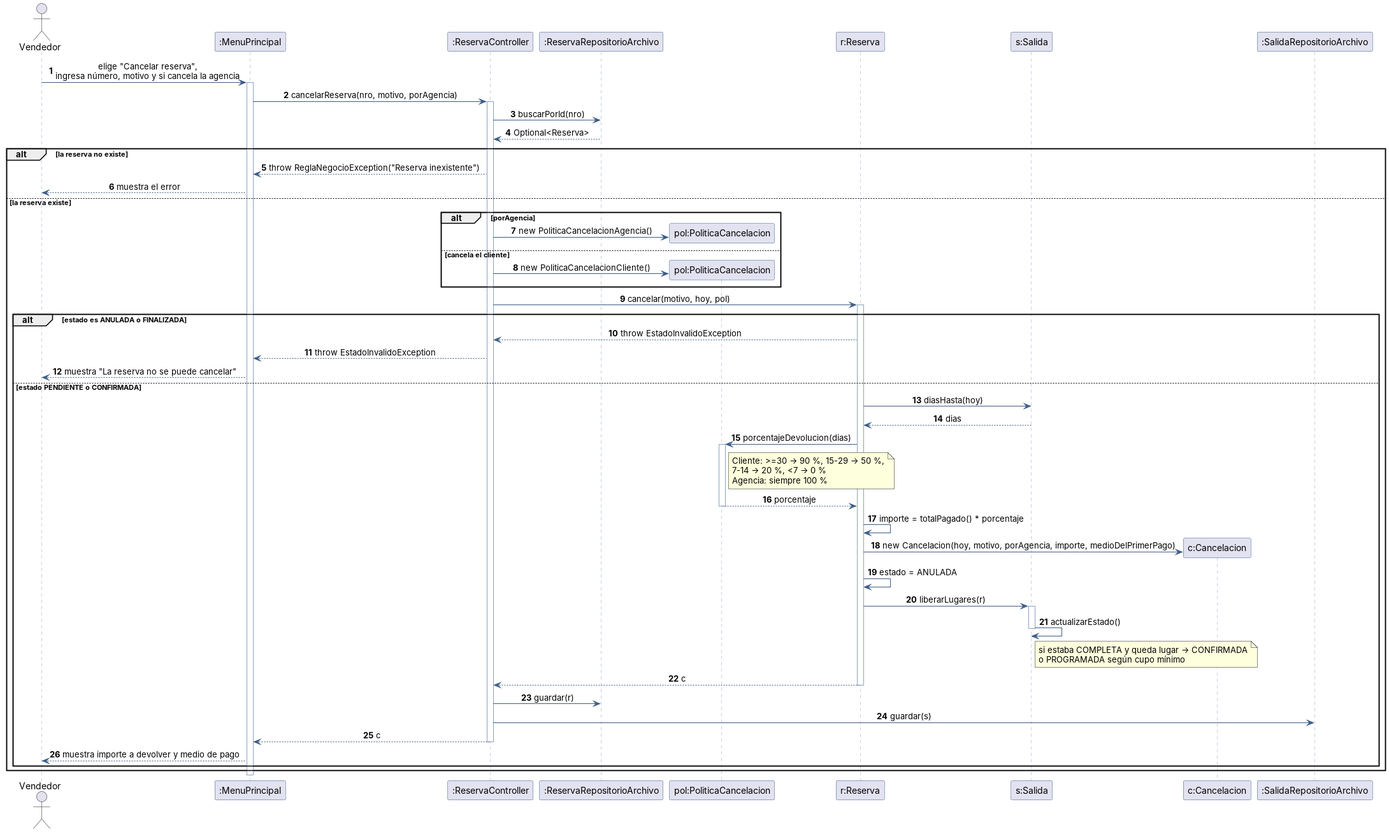
Before: docs/uml/secuencia-cancelar-reserva.png, a diagram exported from PlantUML (LucasGI/TPO.POO-). The source it was exported from:
```plantuml
@startuml secuencia-cancelar-reserva
skinparam shadowing false
skinparam sequenceMessageAlign center
skinparam sequence {
  ParticipantBorderColor #3B5B85
  LifeLineBorderColor #8AA1C1
  ArrowColor #3B5B85
}
autonumber
actor Vendedor
participant ":MenuPrincipal" as UI
participant ":ReservaController" as RC
participant ":ReservaRepositorioArchivo" as RRepo
participant "pol:PoliticaCancelacion" as POL
participant "r:Reserva" as R
participant "s:Salida" as S
participant "c:Cancelacion" as C
participant ":SalidaRepositorioArchivo" as SRepo

Vendedor -> UI : elige "Cancelar reserva",\ningresa número, motivo y si cancela la agencia
activate UI
UI -> RC : cancelarReserva(nro, motivo, porAgencia)
activate RC
RC -> RRepo : buscarPorId(nro)
RRepo --> RC : Optional<Reserva>

alt la reserva no existe
  RC --> UI : throw ReglaNegocioException("Reserva inexistente")
  UI --> Vendedor : muestra el error
else la reserva existe
  alt porAgencia
    RC -> POL ** : new PoliticaCancelacionAgencia()
  else cancela el cliente
    RC -> POL ** : new PoliticaCancelacionCliente()
  end
  RC -> R : cancelar(motivo, hoy, pol)
  activate R
  alt estado es ANULADA o FINALIZADA
    R --> RC : throw EstadoInvalidoException
    RC --> UI : throw EstadoInvalidoException
    UI --> Vendedor : muestra "La reserva no se puede cancelar"
  else estado PENDIENTE o CONFIRMADA
    R -> S : diasHasta(hoy)
    S --> R : dias
    R -> POL : porcentajeDevolucion(dias)
    activate POL
    note right of POL : Cliente: >=30 → 90 %, 15-29 → 50 %,\n7-14 → 20 %, <7 → 0 %\nAgencia: siempre 100 %
    POL --> R : porcentaje
    deactivate POL
    R -> R : importe = totalPagado() * porcentaje
    R -> C ** : new Cancelacion(hoy, motivo, porAgencia, importe, medioDelPrimerPago)
    R -> R : estado = ANULADA
    R -> S : liberarLugares(r)
    activate S
    S -> S : actualizarEstado()
    note right of S : si estaba COMPLETA y queda lugar → CONFIRMADA\no PROGRAMADA según cupo mínimo
    deactivate S
    R --> RC : c
    deactivate R
    RC -> RRepo : guardar(r)
    RC -> SRepo : guardar(s)
    RC --> UI : c
    deactivate RC
    UI --> Vendedor : muestra importe a devolver y medio de pago
  end
end
deactivate UI
@enduml
```
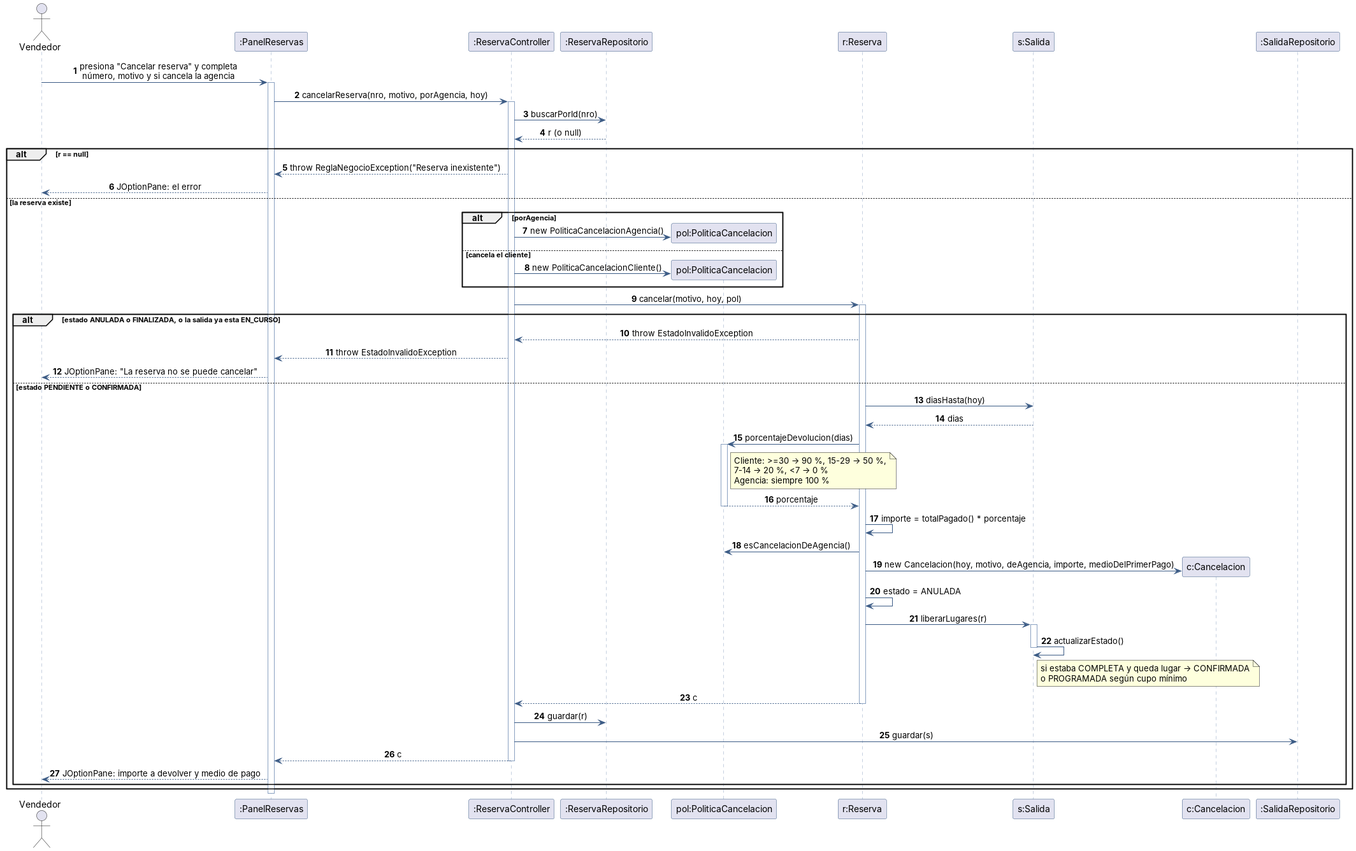
After the commit.

Change to the diagram source:
```diff
@@ -8,25 +8,25 @@
 }
 autonumber
 actor Vendedor
-participant ":MenuPrincipal" as UI
+participant ":PanelReservas" as UI
 participant ":ReservaController" as RC
-participant ":ReservaRepositorioArchivo" as RRepo
+participant ":ReservaRepositorio" as RRepo
 participant "pol:PoliticaCancelacion" as POL
 participant "r:Reserva" as R
 participant "s:Salida" as S
 participant "c:Cancelacion" as C
-participant ":SalidaRepositorioArchivo" as SRepo
+participant ":SalidaRepositorio" as SRepo
 
-Vendedor -> UI : elige "Cancelar reserva",\ningresa número, motivo y si cancela la agencia
+Vendedor -> UI : presiona "Cancelar reserva" y completa\nnúmero, motivo y si cancela la agencia
 activate UI
-UI -> RC : cancelarReserva(nro, motivo, porAgencia)
+UI -> RC : cancelarReserva(nro, motivo, porAgencia, hoy)
 activate RC
 RC -> RRepo : buscarPorId(nro)
-RRepo --> RC : Optional<Reserva>
+RRepo --> RC : r (o null)
 
-alt la reserva no existe
+alt r == null
   RC --> UI : throw ReglaNegocioException("Reserva inexistente")
-  UI --> Vendedor : muestra el error
+  UI --> Vendedor : JOptionPane: el error
 else la reserva existe
   alt porAgencia
     RC -> POL ** : new PoliticaCancelacionAgencia()
@@ -35,10 +35,10 @@
   end
   RC -> R : cancelar(motivo, hoy, pol)
   activate R
-  alt estado es ANULADA o FINALIZADA
+  alt estado ANULADA o FINALIZADA, o la salida ya esta EN_CURSO
     R --> RC : throw EstadoInvalidoException
     RC --> UI : throw EstadoInvalidoException
-    UI --> Vendedor : muestra "La reserva no se puede cancelar"
+    UI --> Vendedor : JOptionPane: "La reserva no se puede cancelar"
   else estado PENDIENTE o CONFIRMADA
     R -> S : diasHasta(hoy)
     S --> R : dias
@@ -48,7 +48,8 @@
     POL --> R : porcentaje
     deactivate POL
     R -> R : importe = totalPagado() * porcentaje
-    R -> C ** : new Cancelacion(hoy, motivo, porAgencia, importe, medioDelPrimerPago)
+    R -> POL : esCancelacionDeAgencia()
+R -> C ** : new Cancelacion(hoy, motivo, deAgencia, importe, medioDelPrimerPago)
     R -> R : estado = ANULADA
     R -> S : liberarLugares(r)
     activate S
@@ -61,7 +62,7 @@
     RC -> SRepo : guardar(s)
     RC --> UI : c
     deactivate RC
-    UI --> Vendedor : muestra importe a devolver y medio de pago
+    UI --> Vendedor : JOptionPane: importe a devolver y medio de pago
   end
 end
 deactivate UI
```
